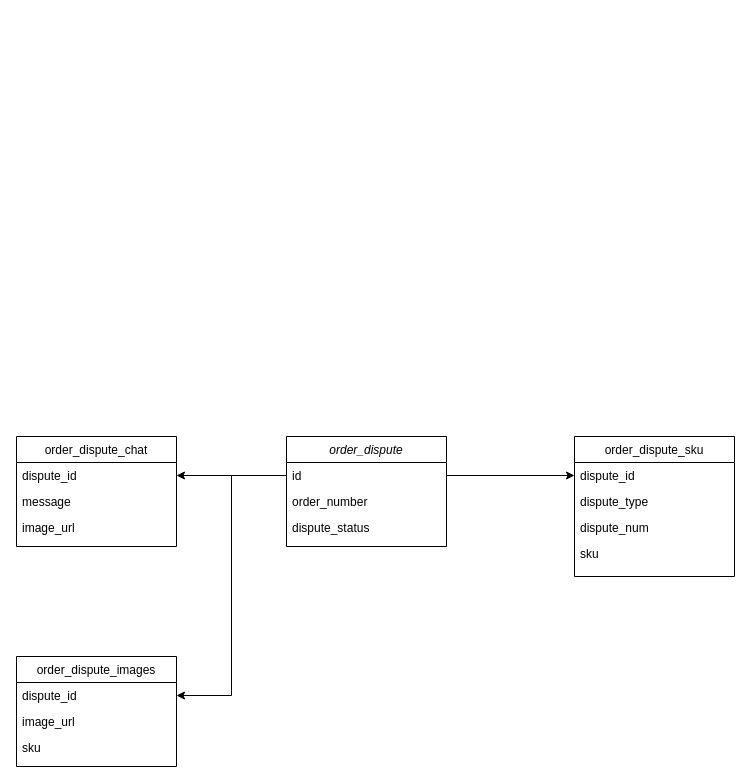
Earlier version of the draw.io diagram 争议表结构.drawio (chengwuchao9527/draw.io). Source tidied: cells renumbered, new cells numbered last; positions are measured from the earlier drawing's top-left corner, leaving out a move shared by most shapes. Both pictures are drawn from the tidied source at 100%, with x=0, y=0 at pixel (16, 436).
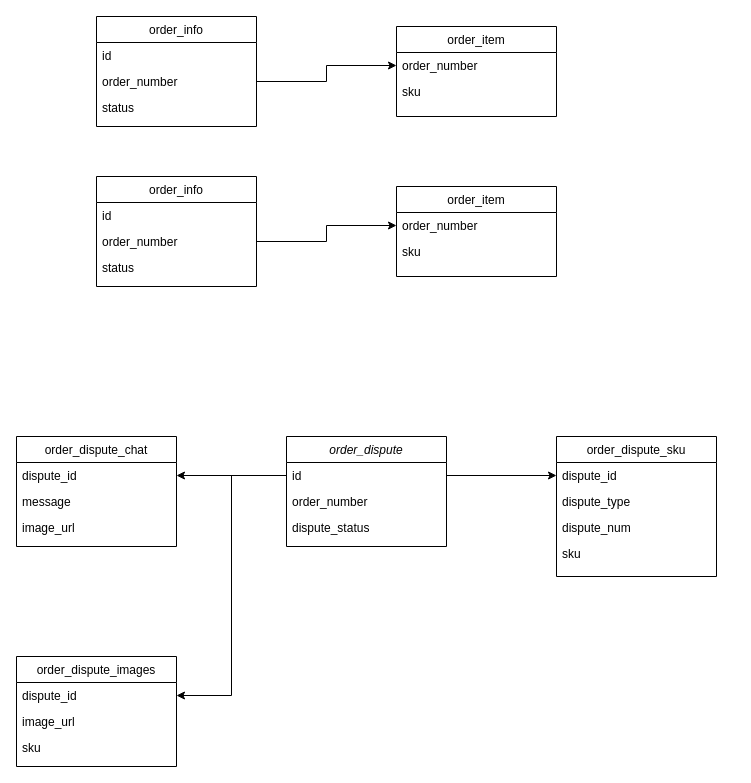
The same page after the edit.

Commit message:
更新争议表结构.drawio

Diff of the diagram source:
```diff
@@
     <mxCell id="6" value="order_dispute_sku" style="swimlane;fontStyle=0;align=center;verticalAlign=top;horizontal=1;startSize=26;rounded=0;shadow=0;strokeWidth=1;" parent="1" vertex="1">
-      <mxGeometry x="558" width="160" height="140" as="geometry" />
+      <mxGeometry x="540" width="160" height="140" as="geometry" />
     </mxCell>
@@
+    <mxCell id="22" value="order_info" style="swimlane;fontStyle=0;align=center;verticalAlign=top;horizontal=1;startSize=26;rounded=0;shadow=0;strokeWidth=1;" parent="1" vertex="1">
+      <mxGeometry x="80" y="-420" width="160" height="110" as="geometry" />
+    </mxCell>
+    <mxCell id="23" value="id" style="text;align=left;verticalAlign=top;spacingLeft=4;spacingRight=4;overflow=hidden;" parent="22" vertex="1">
+      <mxGeometry y="26" width="160" height="26" as="geometry" />
+    </mxCell>
+    <mxCell id="24" value="order_number" style="text;align=left;verticalAlign=top;spacingLeft=4;spacingRight=4;overflow=hidden;points=[[0,0.5],[1,0.5]];portConstraint=eastwest;rounded=0;shadow=0;html=0;" parent="22" vertex="1">
+      <mxGeometry y="52" width="160" height="26" as="geometry" />
+    </mxCell>
+    <mxCell id="25" value="status" style="text;align=left;verticalAlign=top;spacingLeft=4;spacingRight=4;overflow=hidden;rounded=0;shadow=0;html=0;" parent="22" vertex="1">
+      <mxGeometry y="78" width="160" height="26" as="geometry" />
+    </mxCell>
+    <mxCell id="26" value="order_item" style="swimlane;fontStyle=0;align=center;verticalAlign=top;horizontal=1;startSize=26;rounded=0;shadow=0;strokeWidth=1;" parent="1" vertex="1">
+      <mxGeometry x="380" y="-410" width="160" height="90" as="geometry" />
+    </mxCell>
+    <mxCell id="27" value="order_number" style="text;align=left;verticalAlign=top;spacingLeft=4;spacingRight=4;overflow=hidden;points=[[0,0.5],[1,0.5]];portConstraint=eastwest;" parent="26" vertex="1">
+      <mxGeometry y="26" width="160" height="26" as="geometry" />
+    </mxCell>
+    <mxCell id="28" value="sku" style="text;align=left;verticalAlign=top;spacingLeft=4;spacingRight=4;overflow=hidden;rounded=0;shadow=0;html=0;" parent="26" vertex="1">
+      <mxGeometry y="52" width="160" height="26" as="geometry" />
+    </mxCell>
+    <mxCell id="29" style="edgeStyle=orthogonalEdgeStyle;rounded=0;jettySize=auto;html=1;exitX=1;exitY=0.5;exitDx=0;exitDy=0;entryX=0;entryY=0.5;entryDx=0;entryDy=0;" parent="1" edge="1" source="24" target="27">
+      <mxGeometry relative="1" as="geometry" />
+    </mxCell>
+    <mxCell id="30" value="order_info" style="swimlane;fontStyle=0;align=center;verticalAlign=top;horizontal=1;startSize=26;rounded=0;shadow=0;strokeWidth=1;" parent="1" vertex="1">
+      <mxGeometry x="80" y="-260" width="160" height="110" as="geometry" />
+    </mxCell>
+    <mxCell id="31" value="id" style="text;align=left;verticalAlign=top;spacingLeft=4;spacingRight=4;overflow=hidden;" parent="30" vertex="1">
+      <mxGeometry y="26" width="160" height="26" as="geometry" />
+    </mxCell>
+    <mxCell id="32" value="order_number" style="text;align=left;verticalAlign=top;spacingLeft=4;spacingRight=4;overflow=hidden;points=[[0,0.5],[1,0.5]];portConstraint=eastwest;rounded=0;shadow=0;html=0;" parent="30" vertex="1">
+      <mxGeometry y="52" width="160" height="26" as="geometry" />
+    </mxCell>
+    <mxCell id="33" value="status" style="text;align=left;verticalAlign=top;spacingLeft=4;spacingRight=4;overflow=hidden;rounded=0;shadow=0;html=0;" parent="30" vertex="1">
+      <mxGeometry y="78" width="160" height="26" as="geometry" />
+    </mxCell>
+    <mxCell id="34" value="order_item" style="swimlane;fontStyle=0;align=center;verticalAlign=top;horizontal=1;startSize=26;rounded=0;shadow=0;strokeWidth=1;" parent="1" vertex="1">
+      <mxGeometry x="380" y="-250" width="160" height="90" as="geometry" />
+    </mxCell>
+    <mxCell id="35" value="order_number" style="text;align=left;verticalAlign=top;spacingLeft=4;spacingRight=4;overflow=hidden;points=[[0,0.5],[1,0.5]];portConstraint=eastwest;" parent="34" vertex="1">
+      <mxGeometry y="26" width="160" height="26" as="geometry" />
+    </mxCell>
+    <mxCell id="36" value="sku" style="text;align=left;verticalAlign=top;spacingLeft=4;spacingRight=4;overflow=hidden;rounded=0;shadow=0;html=0;" parent="34" vertex="1">
+      <mxGeometry y="52" width="160" height="26" as="geometry" />
+    </mxCell>
+    <mxCell id="37" style="edgeStyle=orthogonalEdgeStyle;rounded=0;jettySize=auto;html=1;exitX=1;exitY=0.5;exitDx=0;exitDy=0;entryX=0;entryY=0.5;entryDx=0;entryDy=0;" parent="1" edge="1" source="32" target="35">
+      <mxGeometry relative="1" as="geometry" />
+    </mxCell>
```
